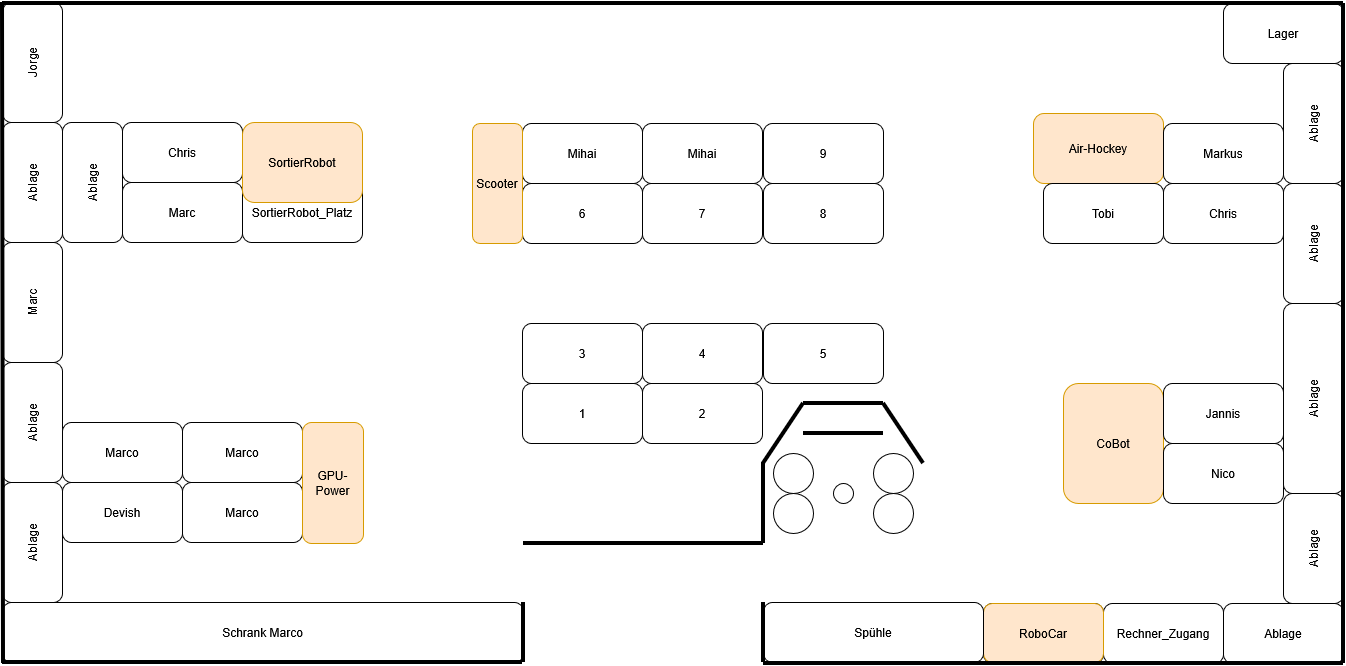
The draw.io diagram G120_Raumplan_WS25.png in OgLocGreen/G120_Plannung, before a commit. Source tidied: cells renumbered, new cells last; positions are measured from the earlier drawing's top-left corner, leaving out a move shared by most shapes. The source it was exported from:
```xml
<mxGraphModel>
  <root>
    <mxCell id="0" />
    <mxCell id="1" parent="0" />
    <mxCell id="2" value="Mihai" style="rounded=1;whiteSpace=wrap;html=1;" parent="1" vertex="1">
      <mxGeometry x="550" y="120" width="120" height="60" as="geometry" />
    </mxCell>
    <mxCell id="3" value="Mihai" style="rounded=1;whiteSpace=wrap;html=1;" parent="1" vertex="1">
      <mxGeometry x="670" y="120" width="120" height="60" as="geometry" />
    </mxCell>
    <mxCell id="4" value="9" style="rounded=1;whiteSpace=wrap;html=1;" parent="1" vertex="1">
      <mxGeometry x="791" y="120" width="120" height="60" as="geometry" />
    </mxCell>
    <mxCell id="5" value="6" style="rounded=1;whiteSpace=wrap;html=1;" parent="1" vertex="1">
      <mxGeometry x="550" y="180" width="120" height="60" as="geometry" />
    </mxCell>
    <mxCell id="6" value="7" style="rounded=1;whiteSpace=wrap;html=1;" parent="1" vertex="1">
      <mxGeometry x="670" y="180" width="120" height="60" as="geometry" />
    </mxCell>
    <mxCell id="7" value="8" style="rounded=1;whiteSpace=wrap;html=1;" parent="1" vertex="1">
      <mxGeometry x="791" y="180" width="120" height="60" as="geometry" />
    </mxCell>
    <mxCell id="8" value="3" style="rounded=1;whiteSpace=wrap;html=1;" parent="1" vertex="1">
      <mxGeometry x="550" y="320" width="120" height="60" as="geometry" />
    </mxCell>
    <mxCell id="9" value="4" style="rounded=1;whiteSpace=wrap;html=1;" parent="1" vertex="1">
      <mxGeometry x="670" y="320" width="120" height="60" as="geometry" />
    </mxCell>
    <mxCell id="10" value="5" style="rounded=1;whiteSpace=wrap;html=1;" parent="1" vertex="1">
      <mxGeometry x="791" y="320" width="120" height="60" as="geometry" />
    </mxCell>
    <mxCell id="11" value="1" style="rounded=1;whiteSpace=wrap;html=1;" parent="1" vertex="1">
      <mxGeometry x="550" y="380" width="120" height="60" as="geometry" />
    </mxCell>
    <mxCell id="12" value="2" style="rounded=1;whiteSpace=wrap;html=1;" parent="1" vertex="1">
      <mxGeometry x="670" y="380" width="120" height="60" as="geometry" />
    </mxCell>
    <mxCell id="13" value="Marco" style="rounded=1;whiteSpace=wrap;html=1;" parent="1" vertex="1">
      <mxGeometry x="210" y="419" width="120" height="60" as="geometry" />
    </mxCell>
    <mxCell id="14" value="Marco" style="rounded=1;whiteSpace=wrap;html=1;" parent="1" vertex="1">
      <mxGeometry x="210" y="479" width="120" height="60" as="geometry" />
    </mxCell>
    <mxCell id="15" value="Chris" style="rounded=1;whiteSpace=wrap;html=1;" parent="1" vertex="1">
      <mxGeometry x="150" y="119" width="120" height="60" as="geometry" />
    </mxCell>
    <mxCell id="16" value="Marc" style="rounded=1;whiteSpace=wrap;html=1;rotation=-90;direction=west;" parent="1" vertex="1">
      <mxGeometry y="269" width="120" height="60" as="geometry" />
    </mxCell>
    <mxCell id="17" value="Ablage" style="rounded=1;whiteSpace=wrap;html=1;rotation=-90;" parent="1" vertex="1">
      <mxGeometry y="389" width="120" height="60" as="geometry" />
    </mxCell>
    <mxCell id="18" value="Marco" style="rounded=1;whiteSpace=wrap;html=1;" parent="1" vertex="1">
      <mxGeometry x="90" y="419" width="120" height="60" as="geometry" />
    </mxCell>
    <mxCell id="19" value="Devish" style="rounded=1;whiteSpace=wrap;html=1;" parent="1" vertex="1">
      <mxGeometry x="90" y="479" width="120" height="60" as="geometry" />
    </mxCell>
    <mxCell id="20" value="Ablage" style="rounded=1;whiteSpace=wrap;html=1;rotation=-90;" parent="1" vertex="1">
      <mxGeometry y="509" width="120" height="60" as="geometry" />
    </mxCell>
    <mxCell id="21" value="Ablage" style="rounded=1;whiteSpace=wrap;html=1;rotation=-90;" parent="1" vertex="1">
      <mxGeometry y="149" width="120" height="60" as="geometry" />
    </mxCell>
    <mxCell id="22" value="Ablage" style="rounded=1;whiteSpace=wrap;html=1;rotation=-90;" parent="1" vertex="1">
      <mxGeometry x="60" y="149" width="120" height="60" as="geometry" />
    </mxCell>
    <mxCell id="23" value="Marc" style="rounded=1;whiteSpace=wrap;html=1;" parent="1" vertex="1">
      <mxGeometry x="150" y="179" width="120" height="60" as="geometry" />
    </mxCell>
    <mxCell id="24" value="SortierRobot_Platz" style="rounded=1;whiteSpace=wrap;html=1;" parent="1" vertex="1">
      <mxGeometry x="270" y="179" width="120" height="60" as="geometry" />
    </mxCell>
    <mxCell id="25" value="Jorge" style="rounded=1;whiteSpace=wrap;html=1;rotation=-90;" parent="1" vertex="1">
      <mxGeometry y="29" width="120" height="60" as="geometry" />
    </mxCell>
    <mxCell id="26" value="Air-Hockey" style="rounded=1;whiteSpace=wrap;html=1;fillColor=#ffe6cc;strokeColor=#d79b00;" parent="1" vertex="1">
      <mxGeometry x="1061" y="110" width="130" height="70" as="geometry" />
    </mxCell>
    <mxCell id="27" value="Markus" style="rounded=1;whiteSpace=wrap;html=1;" parent="1" vertex="1">
      <mxGeometry x="1191" y="120" width="120" height="60" as="geometry" />
    </mxCell>
    <mxCell id="28" value="Chris" style="rounded=1;whiteSpace=wrap;html=1;" parent="1" vertex="1">
      <mxGeometry x="1191" y="180" width="120" height="60" as="geometry" />
    </mxCell>
    <mxCell id="29" value="Tobi" style="rounded=1;whiteSpace=wrap;html=1;" parent="1" vertex="1">
      <mxGeometry x="1071" y="180" width="120" height="60" as="geometry" />
    </mxCell>
    <mxCell id="30" value="Ablage" style="rounded=1;whiteSpace=wrap;html=1;rotation=-90;" parent="1" vertex="1">
      <mxGeometry x="1281" y="90" width="120" height="60" as="geometry" />
    </mxCell>
    <mxCell id="31" value="Ablage" style="rounded=1;whiteSpace=wrap;html=1;rotation=-90;" parent="1" vertex="1">
      <mxGeometry x="1281" y="210" width="120" height="60" as="geometry" />
    </mxCell>
    <mxCell id="32" value="CoBot" style="rounded=1;whiteSpace=wrap;html=1;fillColor=#ffe6cc;strokeColor=#d79b00;" parent="1" vertex="1">
      <mxGeometry x="1091" y="380" width="100" height="120" as="geometry" />
    </mxCell>
    <mxCell id="33" value="Jannis" style="rounded=1;whiteSpace=wrap;html=1;" parent="1" vertex="1">
      <mxGeometry x="1191" y="380" width="120" height="60" as="geometry" />
    </mxCell>
    <mxCell id="34" value="Nico" style="rounded=1;whiteSpace=wrap;html=1;" parent="1" vertex="1">
      <mxGeometry x="1191" y="440" width="120" height="60" as="geometry" />
    </mxCell>
    <mxCell id="35" value="Ablage" style="rounded=1;whiteSpace=wrap;html=1;rotation=-90;" parent="1" vertex="1">
      <mxGeometry x="1246" y="365" width="190" height="60" as="geometry" />
    </mxCell>
    <mxCell id="36" value="Ablage" style="rounded=1;whiteSpace=wrap;html=1;rotation=-90;" parent="1" vertex="1">
      <mxGeometry x="1286" y="515" width="110" height="60" as="geometry" />
    </mxCell>
    <mxCell id="37" value="Ablage" style="rounded=1;whiteSpace=wrap;html=1;rotation=0;" parent="1" vertex="1">
      <mxGeometry x="1251" y="600" width="120" height="60" as="geometry" />
    </mxCell>
    <mxCell id="38" style="rounded=1;whiteSpace=wrap;html=1;rotation=-180;" parent="1" vertex="1">
      <mxGeometry x="1011" y="600" width="120" height="60" as="geometry" />
    </mxCell>
    <mxCell id="39" style="endArrow=none;html=1;rounded=0;strokeWidth=4;" parent="1" edge="1">
      <mxGeometry relative="1" as="geometry">
        <mxPoint x="791" y="460" as="sourcePoint" />
        <mxPoint x="831" y="400" as="targetPoint" />
      </mxGeometry>
    </mxCell>
    <mxCell id="40" style="endArrow=none;html=1;rounded=0;strokeWidth=4;" parent="1" edge="1">
      <mxGeometry relative="1" as="geometry">
        <mxPoint x="831" y="400" as="sourcePoint" />
        <mxPoint x="911" y="400" as="targetPoint" />
      </mxGeometry>
    </mxCell>
    <mxCell id="41" style="endArrow=none;html=1;rounded=0;strokeWidth=4;" parent="1" edge="1">
      <mxGeometry relative="1" as="geometry">
        <mxPoint x="911" y="400" as="sourcePoint" />
        <mxPoint x="951" y="460" as="targetPoint" />
      </mxGeometry>
    </mxCell>
    <mxCell id="42" style="endArrow=none;html=1;rounded=0;strokeWidth=4;" parent="1" edge="1">
      <mxGeometry relative="1" as="geometry">
        <mxPoint x="831" y="430" as="sourcePoint" />
        <mxPoint x="911" y="430" as="targetPoint" />
      </mxGeometry>
    </mxCell>
    <mxCell id="43" style="ellipse;whiteSpace=wrap;html=1;" parent="1" vertex="1">
      <mxGeometry x="801" y="450" width="40" height="40" as="geometry" />
    </mxCell>
    <mxCell id="44" style="ellipse;whiteSpace=wrap;html=1;" parent="1" vertex="1">
      <mxGeometry x="801" y="490" width="40" height="40" as="geometry" />
    </mxCell>
    <mxCell id="45" style="ellipse;whiteSpace=wrap;html=1;" parent="1" vertex="1">
      <mxGeometry x="901" y="450" width="40" height="40" as="geometry" />
    </mxCell>
    <mxCell id="46" style="ellipse;whiteSpace=wrap;html=1;" parent="1" vertex="1">
      <mxGeometry x="901" y="490" width="40" height="40" as="geometry" />
    </mxCell>
    <mxCell id="47" style="ellipse;whiteSpace=wrap;html=1;" parent="1" vertex="1">
      <mxGeometry x="861" y="480" width="20" height="20" as="geometry" />
    </mxCell>
    <mxCell id="48" value="Schrank Marco" style="rounded=1;whiteSpace=wrap;html=1;rotation=0;" parent="1" vertex="1">
      <mxGeometry x="30" y="599" width="521" height="60" as="geometry" />
    </mxCell>
    <mxCell id="49" style="endArrow=none;html=1;rounded=0;strokeWidth=4;" parent="1" edge="1">
      <mxGeometry relative="1" as="geometry">
        <mxPoint x="791" y="540" as="sourcePoint" />
        <mxPoint x="791" y="459" as="targetPoint" />
      </mxGeometry>
    </mxCell>
    <mxCell id="50" style="endArrow=none;html=1;rounded=0;strokeWidth=4;" parent="1" edge="1">
      <mxGeometry relative="1" as="geometry">
        <mxPoint x="551" y="540" as="sourcePoint" />
        <mxPoint x="791" y="540" as="targetPoint" />
      </mxGeometry>
    </mxCell>
    <mxCell id="51" style="endArrow=none;html=1;rounded=0;strokeWidth=4;" parent="1" edge="1">
      <mxGeometry relative="1" as="geometry">
        <mxPoint x="30" y="659" as="sourcePoint" />
        <mxPoint x="550" y="659" as="targetPoint" />
      </mxGeometry>
    </mxCell>
    <mxCell id="52" value="SortierRobot" style="rounded=1;whiteSpace=wrap;html=1;fillColor=#ffe6cc;strokeColor=#d79b00;" parent="1" vertex="1">
      <mxGeometry x="270" y="119" width="120" height="80" as="geometry" />
    </mxCell>
    <mxCell id="53" value="Scooter" style="rounded=1;whiteSpace=wrap;html=1;fillColor=#ffe6cc;strokeColor=#d79b00;" parent="1" vertex="1">
      <mxGeometry x="500" y="120" width="50" height="120" as="geometry" />
    </mxCell>
    <mxCell id="54" value="Lager" style="rounded=1;whiteSpace=wrap;html=1;" parent="1" vertex="1">
      <mxGeometry x="1251" width="120" height="60" as="geometry" />
    </mxCell>
    <mxCell id="55" style="endArrow=none;html=1;rounded=0;strokeWidth=4;" parent="1" edge="1">
      <mxGeometry relative="1" as="geometry">
        <mxPoint x="30" as="sourcePoint" />
        <mxPoint x="1371" as="targetPoint" />
      </mxGeometry>
    </mxCell>
    <mxCell id="56" style="endArrow=none;html=1;rounded=0;strokeWidth=4;exitX=1;exitY=0;exitDx=0;exitDy=0;" parent="1" edge="1" source="54">
      <mxGeometry relative="1" as="geometry">
        <mxPoint x="1371" y="660" as="targetPoint" />
      </mxGeometry>
    </mxCell>
    <mxCell id="57" style="endArrow=none;html=1;rounded=0;strokeWidth=4;entryX=1;entryY=0;entryDx=0;entryDy=0;" parent="1" edge="1" target="25">
      <mxGeometry relative="1" as="geometry">
        <mxPoint x="31" y="660" as="sourcePoint" />
      </mxGeometry>
    </mxCell>
    <mxCell id="58" value="GPU-Power" style="rounded=1;whiteSpace=wrap;html=1;fillColor=#ffe6cc;strokeColor=#d79b00;" parent="1" vertex="1">
      <mxGeometry x="330" y="419" width="61" height="121" as="geometry" />
    </mxCell>
    <mxCell id="59" value="Rechner_Zugang" style="rounded=1;whiteSpace=wrap;html=1;rotation=0;" parent="1" vertex="1">
      <mxGeometry x="1131" y="600" width="120" height="60" as="geometry" />
    </mxCell>
    <mxCell id="60" value="RoboCar" style="rounded=1;whiteSpace=wrap;html=1;fillColor=#ffe6cc;strokeColor=#d79b00;" parent="1" vertex="1">
      <mxGeometry x="1011" y="600" width="120" height="59" as="geometry" />
    </mxCell>
    <mxCell id="61" value="Spühle" style="rounded=1;whiteSpace=wrap;html=1;rotation=0;" parent="1" vertex="1">
      <mxGeometry x="791" y="599" width="220" height="60" as="geometry" />
    </mxCell>
    <mxCell id="62" style="endArrow=none;html=1;rounded=0;strokeWidth=4;exitX=1;exitY=0;exitDx=0;exitDy=0;" parent="1" edge="1" source="48">
      <mxGeometry relative="1" as="geometry">
        <mxPoint x="551" y="659" as="targetPoint" />
      </mxGeometry>
    </mxCell>
    <mxCell id="63" style="endArrow=none;html=1;rounded=0;strokeWidth=4;entryX=0;entryY=1;entryDx=0;entryDy=0;exitX=0;exitY=0;exitDx=0;exitDy=0;" parent="1" edge="1" source="61" target="61">
      <mxGeometry relative="1" as="geometry" />
    </mxCell>
    <mxCell id="64" style="endArrow=none;html=1;rounded=0;strokeWidth=4;" parent="1" edge="1">
      <mxGeometry relative="1" as="geometry">
        <mxPoint x="1371" y="660" as="sourcePoint" />
        <mxPoint x="791" y="660" as="targetPoint" />
      </mxGeometry>
    </mxCell>
  </root>
</mxGraphModel>
```
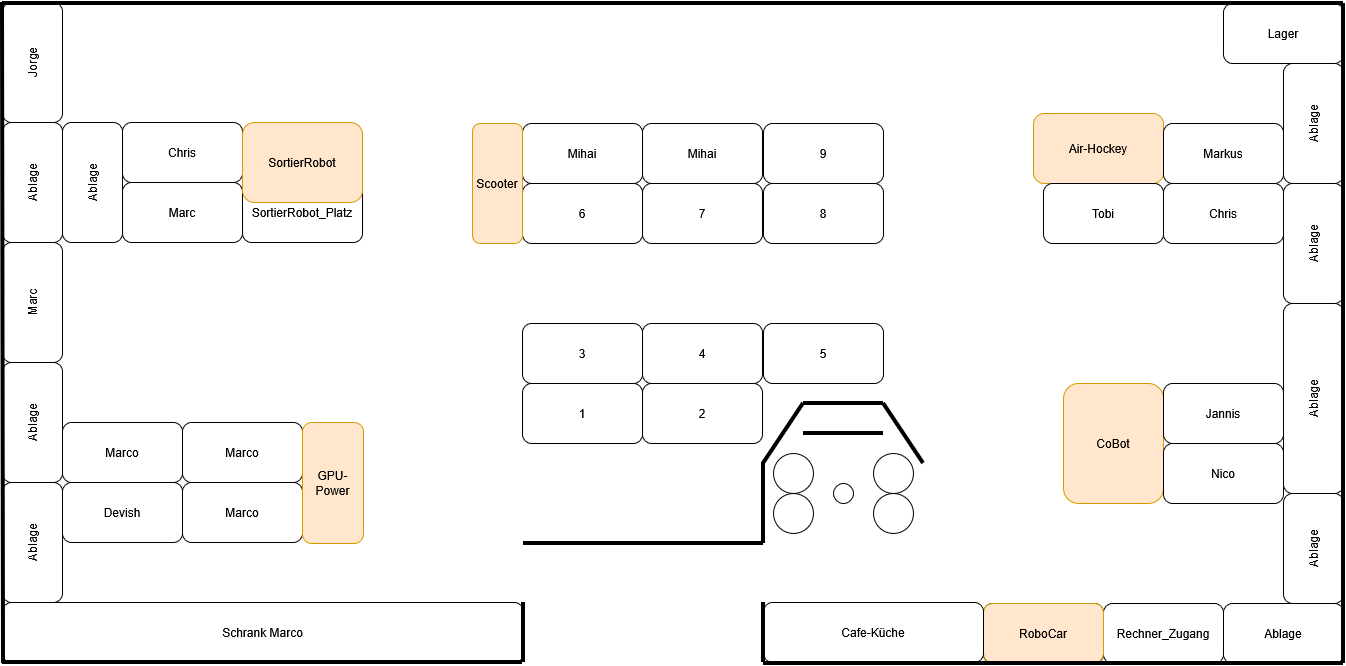
Later version of the same file.

Diff of the diagram source:
```diff
@@ -207,7 +207,7 @@
     <mxCell id="60" value="RoboCar" style="rounded=1;whiteSpace=wrap;html=1;fillColor=#ffe6cc;strokeColor=#d79b00;" parent="1" vertex="1">
       <mxGeometry x="1011" y="600" width="120" height="59" as="geometry" />
     </mxCell>
-    <mxCell id="61" value="Spühle" style="rounded=1;whiteSpace=wrap;html=1;rotation=0;" parent="1" vertex="1">
+    <mxCell id="61" value="Cafe-Küche" style="rounded=1;whiteSpace=wrap;html=1;rotation=0;" parent="1" vertex="1">
       <mxGeometry x="791" y="599" width="220" height="60" as="geometry" />
     </mxCell>
     <mxCell id="62" style="endArrow=none;html=1;rounded=0;strokeWidth=4;exitX=1;exitY=0;exitDx=0;exitDy=0;" parent="1" edge="1" source="48">
```
